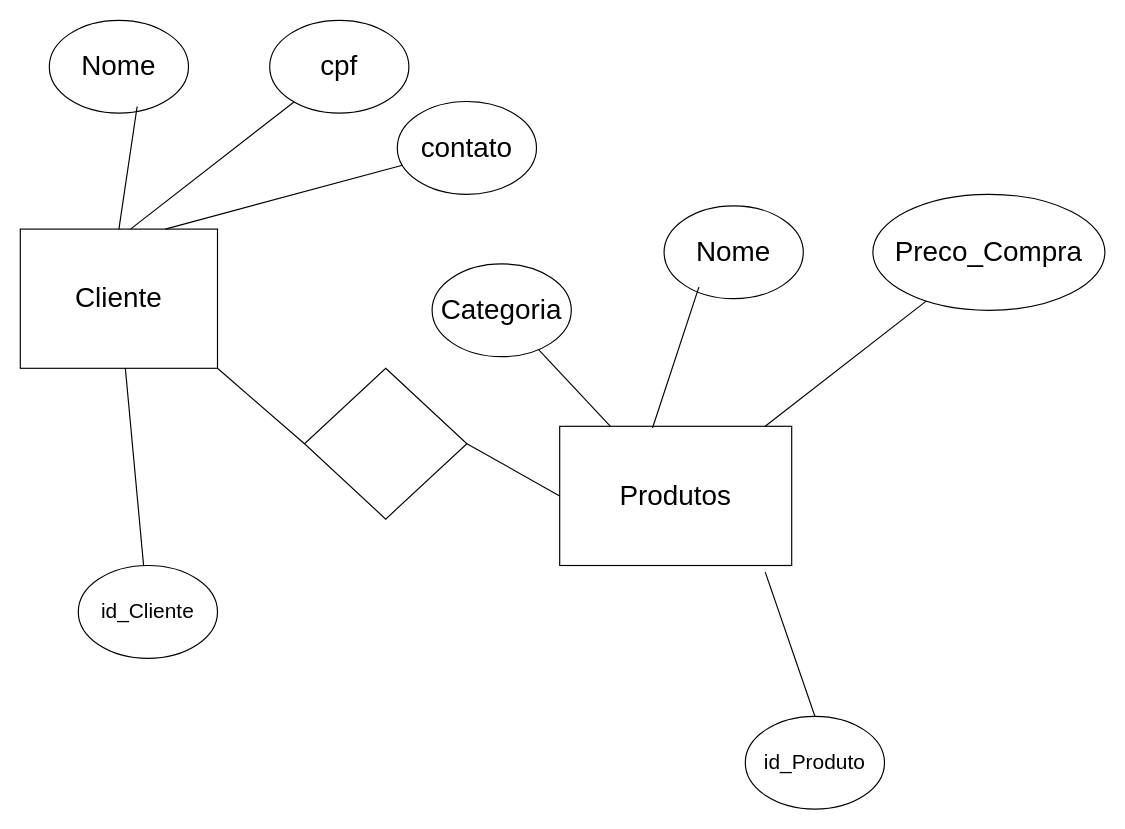
Aquarela-star/04-Sistemas-de-Banco-de-Dados keeps this draw.io diagram as aula02.drawio. Above is the earlier version. Source tidied: cells renumbered, new cells numbered last; positions are measured from the earlier drawing's top-left corner, leaving out a move shared by most shapes. Both pictures are drawn from the tidied source at 116%, with x=0, y=0 at pixel (20, 20).
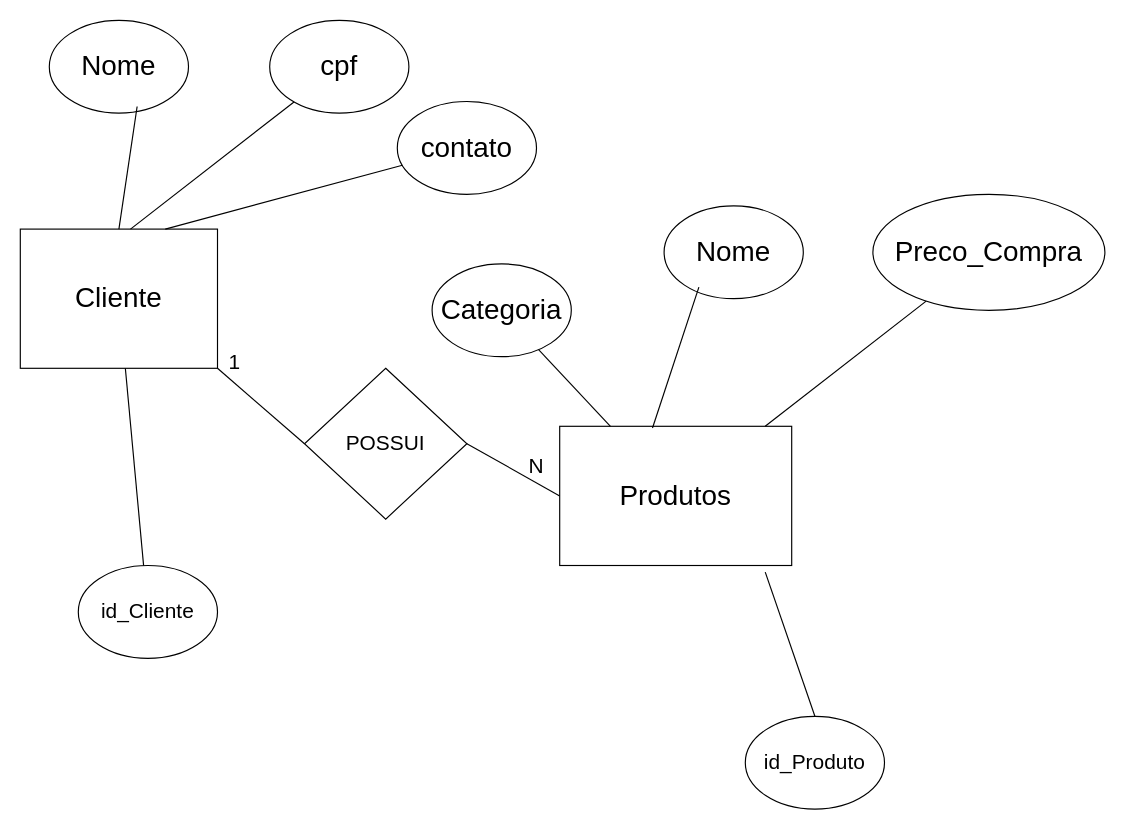
Above is the later version.

The edit, as a diff of the source:
```diff
@@
-    <mxCell id="22" style="rhombus;whiteSpace=wrap;html=1;" parent="1" vertex="1">
+    <mxCell id="22" value="&lt;font style=&quot;font-size: 18px;&quot;&gt;POSSUI&lt;/font&gt;" style="rhombus;whiteSpace=wrap;html=1;" parent="1" vertex="1">
       <mxGeometry x="245" y="300" width="140" height="130" as="geometry" />
     </mxCell>
@@
+    <mxCell id="25" value="&lt;font style=&quot;font-size: 18px;&quot;&gt;1&lt;/font&gt;" style="text;html=1;whiteSpace=wrap;strokeColor=none;fillColor=none;align=center;verticalAlign=middle;rounded=0;" parent="1" vertex="1">
+      <mxGeometry x="155" y="280" width="60" height="30" as="geometry" />
+    </mxCell>
+    <mxCell id="26" value="&lt;font style=&quot;font-size: 18px;&quot;&gt;N&lt;/font&gt;" style="text;html=1;whiteSpace=wrap;strokeColor=none;fillColor=none;align=center;verticalAlign=middle;rounded=0;" parent="1" vertex="1">
+      <mxGeometry x="415" y="370" width="60" height="30" as="geometry" />
+    </mxCell>
```
